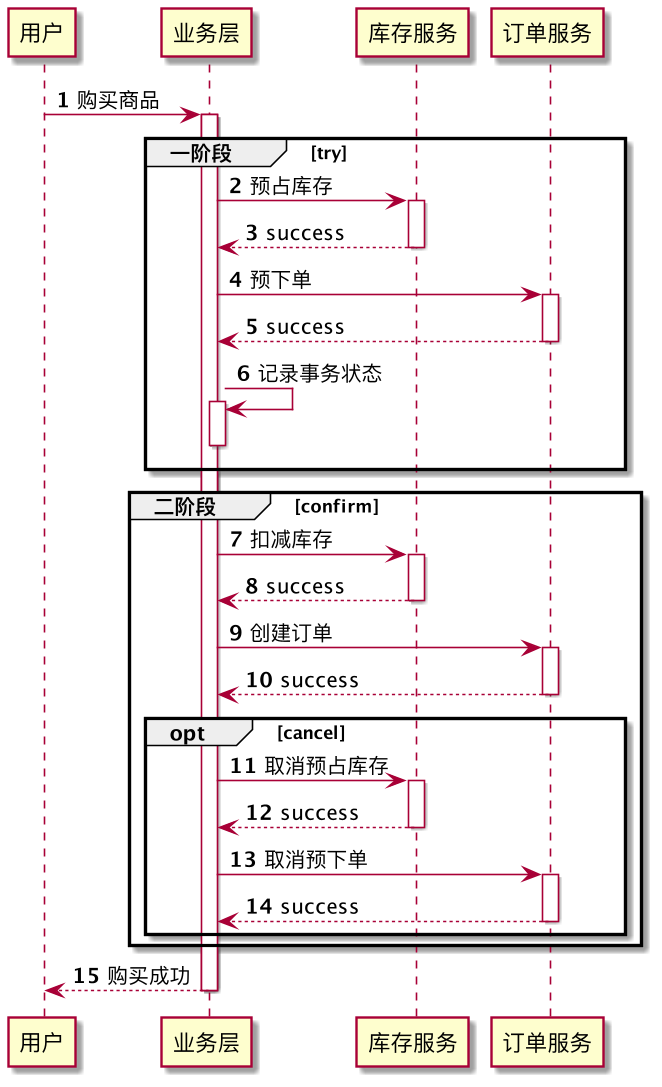
Above: assets/sketch/例子-tcc.png in wangshangming/wangshangming.github.io (PlantUML), before the change.
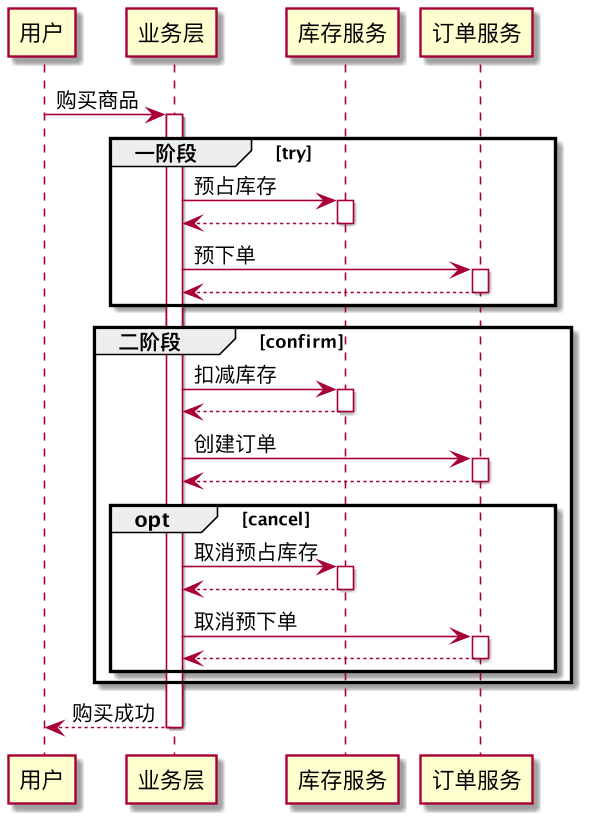
After the commit.

Change to the diagram source:
```diff
@@ -1,28 +1,26 @@
 @startuml
 autoactivate on
-autonumber
 
 用户 -> 业务层: 购买商品
 
 group 一阶段 [try]
     业务层 -> 库存服务: 预占库存
-    return success
+    return
     业务层 -> 订单服务: 预下单
-    return success
-    业务层 -> 业务层 ++-- : 记录事务状态
+    return
 end
 
 group 二阶段 [confirm]
     业务层 -> 库存服务: 扣减库存
-    return success
+    return
     业务层 -> 订单服务: 创建订单
-    return success
+    return
 
     opt cancel
         业务层 -> 库存服务: 取消预占库存
-        return success
+        return
         业务层 -> 订单服务: 取消预下单
-        return success
+        return
     end
 end
 
```
